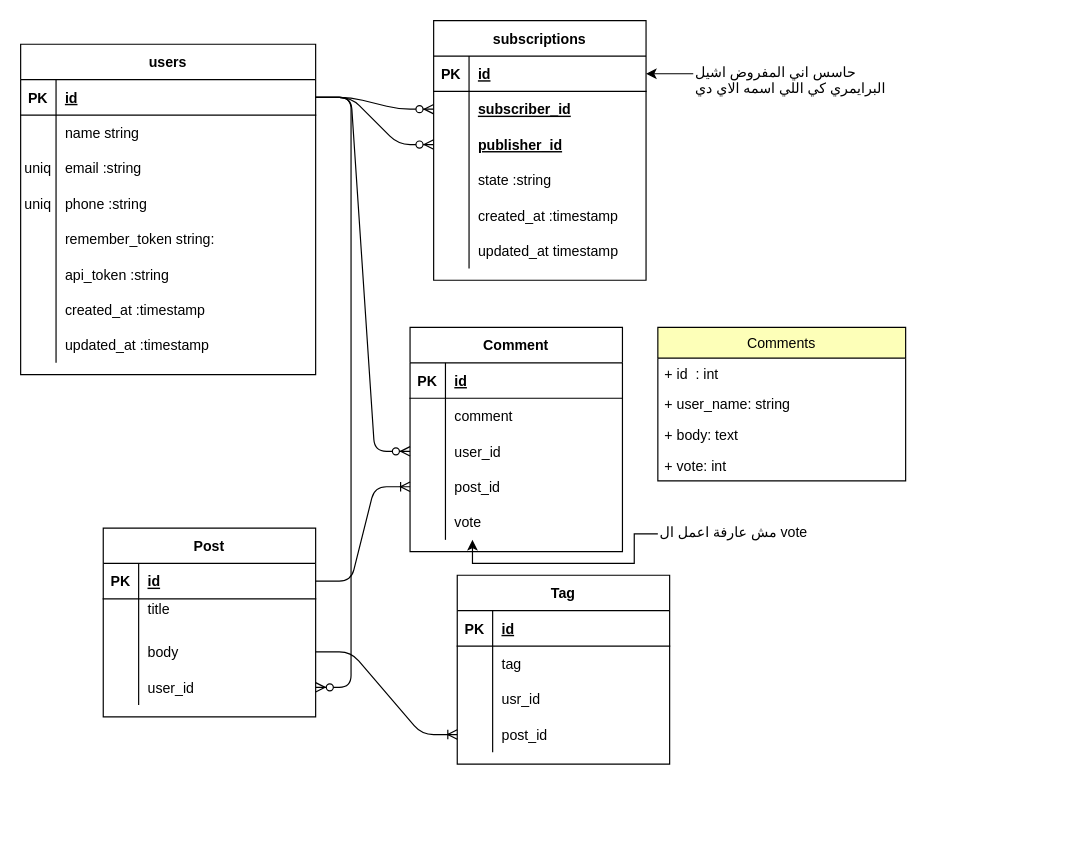
Earlier version of the draw.io diagram Untitled Diagram.drawio (ibrahimahmed1998/backend_cscamp). Source tidied: cells renumbered, new cells numbered last; positions are measured from the earlier drawing's top-left corner, leaving out a move shared by most shapes. Both pictures are drawn from the tidied source at 118%, with x=0, y=0 at pixel (20, 20).
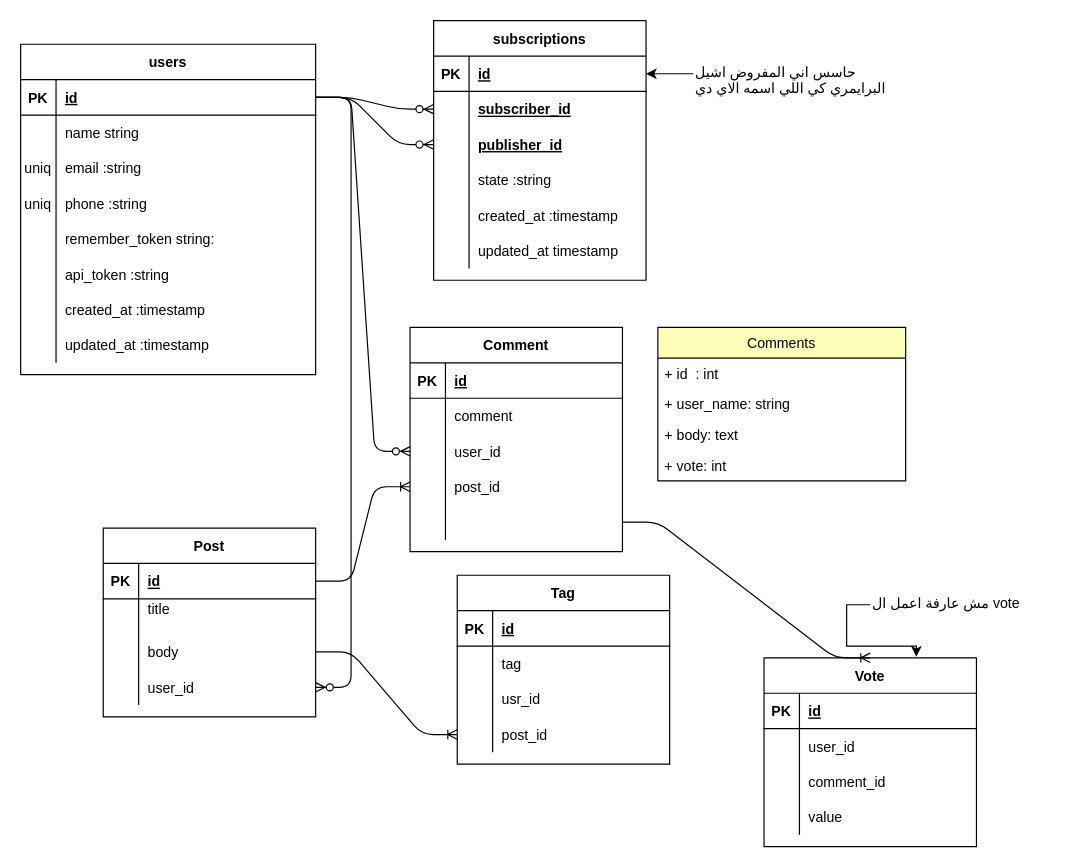
Above is the later version.

Commit message:
vote table

The change refers to these unchanged cells:
```xml
<mxCell id="94" style="shape=partialRectangle;fillColor=none;top=0;left=0;bottom=0;right=0;points=[[0,0.5],[1,0.5]];portConstraint=eastwest;" parent="81" vertex="1">
  <mxGeometry y="150" width="180" height="30" as="geometry" />
</mxCell>
```

What changed in the source:
```diff
@@
-    <mxCell id="96" value="vote" style="shape=partialRectangle;fillColor=none;top=0;left=0;bottom=0;right=0;align=left;spacingLeft=6;overflow=hidden;" parent="94" vertex="1">
+    <mxCell id="96" style="shape=partialRectangle;fillColor=none;top=0;left=0;bottom=0;right=0;align=left;spacingLeft=6;overflow=hidden;" parent="94" vertex="1">
       <mxGeometry x="30" width="150" height="30" as="geometry" />
     </mxCell>
@@
-    <mxCell id="101" style="edgeStyle=orthogonalEdgeStyle;rounded=0;jettySize=auto;html=1;entryX=0.294;entryY=1;entryDx=0;entryDy=0;entryPerimeter=0;" parent="1" edge="1" source="102" target="94">
-      <mxGeometry relative="1" as="geometry" />
-    </mxCell>
     <mxCell id="102" value="مش عارفة اعمل ال vote" style="text;whiteSpace=wrap;html=1;" parent="1" vertex="1">
-      <mxGeometry x="540" y="420" width="160" height="30" as="geometry" />
+      <mxGeometry x="720" y="480" width="160" height="30" as="geometry" />
     </mxCell>
+    <mxCell id="103" value="Vote" style="shape=table;startSize=30;childLayout=tableLayout;rowLines=0;fontStyle=1;align=center;" parent="1" vertex="1">
+      <mxGeometry x="630" y="540" width="180" height="160" as="geometry" />
+    </mxCell>
+    <mxCell id="104" style="shape=partialRectangle;fillColor=none;top=0;left=0;bottom=1;right=0;" parent="103" vertex="1">
+      <mxGeometry y="30" width="180" height="30" as="geometry" />
+    </mxCell>
+    <mxCell id="105" value="PK" style="shape=partialRectangle;fillColor=none;top=0;left=0;bottom=0;right=0;fontStyle=1;overflow=hidden;" parent="104" vertex="1">
+      <mxGeometry width="30" height="30" as="geometry" />
+    </mxCell>
+    <mxCell id="106" value="id" style="shape=partialRectangle;fillColor=none;top=0;left=0;bottom=0;right=0;align=left;spacingLeft=6;fontStyle=5;overflow=hidden;" parent="104" vertex="1">
+      <mxGeometry x="30" width="150" height="30" as="geometry" />
+    </mxCell>
+    <mxCell id="107" style="shape=partialRectangle;fillColor=none;top=0;left=0;bottom=0;right=0;" parent="103" vertex="1">
+      <mxGeometry y="60" width="180" height="30" as="geometry" />
+    </mxCell>
+    <mxCell id="108" style="shape=partialRectangle;fillColor=none;top=0;left=0;bottom=0;right=0;overflow=hidden;" parent="107" vertex="1">
+      <mxGeometry width="30" height="30" as="geometry" />
+    </mxCell>
+    <mxCell id="109" value="user_id" style="shape=partialRectangle;fillColor=none;top=0;left=0;bottom=0;right=0;align=left;spacingLeft=6;overflow=hidden;" parent="107" vertex="1">
+      <mxGeometry x="30" width="150" height="30" as="geometry" />
+    </mxCell>
+    <mxCell id="110" style="shape=partialRectangle;fillColor=none;top=0;left=0;bottom=0;right=0;" parent="103" vertex="1">
+      <mxGeometry y="90" width="180" height="30" as="geometry" />
+    </mxCell>
+    <mxCell id="111" style="shape=partialRectangle;fillColor=none;top=0;left=0;bottom=0;right=0;overflow=hidden;" parent="110" vertex="1">
+      <mxGeometry width="30" height="30" as="geometry" />
+    </mxCell>
+    <mxCell id="112" value="comment_id" style="shape=partialRectangle;fillColor=none;top=0;left=0;bottom=0;right=0;align=left;spacingLeft=6;overflow=hidden;" parent="110" vertex="1">
+      <mxGeometry x="30" width="150" height="30" as="geometry" />
+    </mxCell>
+    <mxCell id="113" style="shape=partialRectangle;fillColor=none;top=0;left=0;bottom=0;right=0;" parent="103" vertex="1">
+      <mxGeometry y="120" width="180" height="30" as="geometry" />
+    </mxCell>
+    <mxCell id="114" style="shape=partialRectangle;fillColor=none;top=0;left=0;bottom=0;right=0;overflow=hidden;" parent="113" vertex="1">
+      <mxGeometry width="30" height="30" as="geometry" />
+    </mxCell>
+    <mxCell id="115" value="value" style="shape=partialRectangle;fillColor=none;top=0;left=0;bottom=0;right=0;align=left;spacingLeft=6;overflow=hidden;" parent="113" vertex="1">
+      <mxGeometry x="30" width="150" height="30" as="geometry" />
+    </mxCell>
+    <mxCell id="116" style="edgeStyle=entityRelationEdgeStyle;fontSize=12;html=1;endArrow=ERoneToMany;entryX=0.5;entryY=0;entryDx=0;entryDy=0;exitX=1;exitY=0.5;exitDx=0;exitDy=0;" parent="1" edge="1" source="94" target="103">
+      <mxGeometry relative="1" as="geometry" />
+    </mxCell>
+    <mxCell id="117" style="edgeStyle=orthogonalEdgeStyle;rounded=0;jettySize=auto;html=1;entryX=0.717;entryY=-0.006;entryDx=0;entryDy=0;entryPerimeter=0;exitX=0;exitY=0.5;exitDx=0;exitDy=0;" parent="1" edge="1" source="102" target="103">
+      <mxGeometry relative="1" as="geometry" />
+    </mxCell>
```
